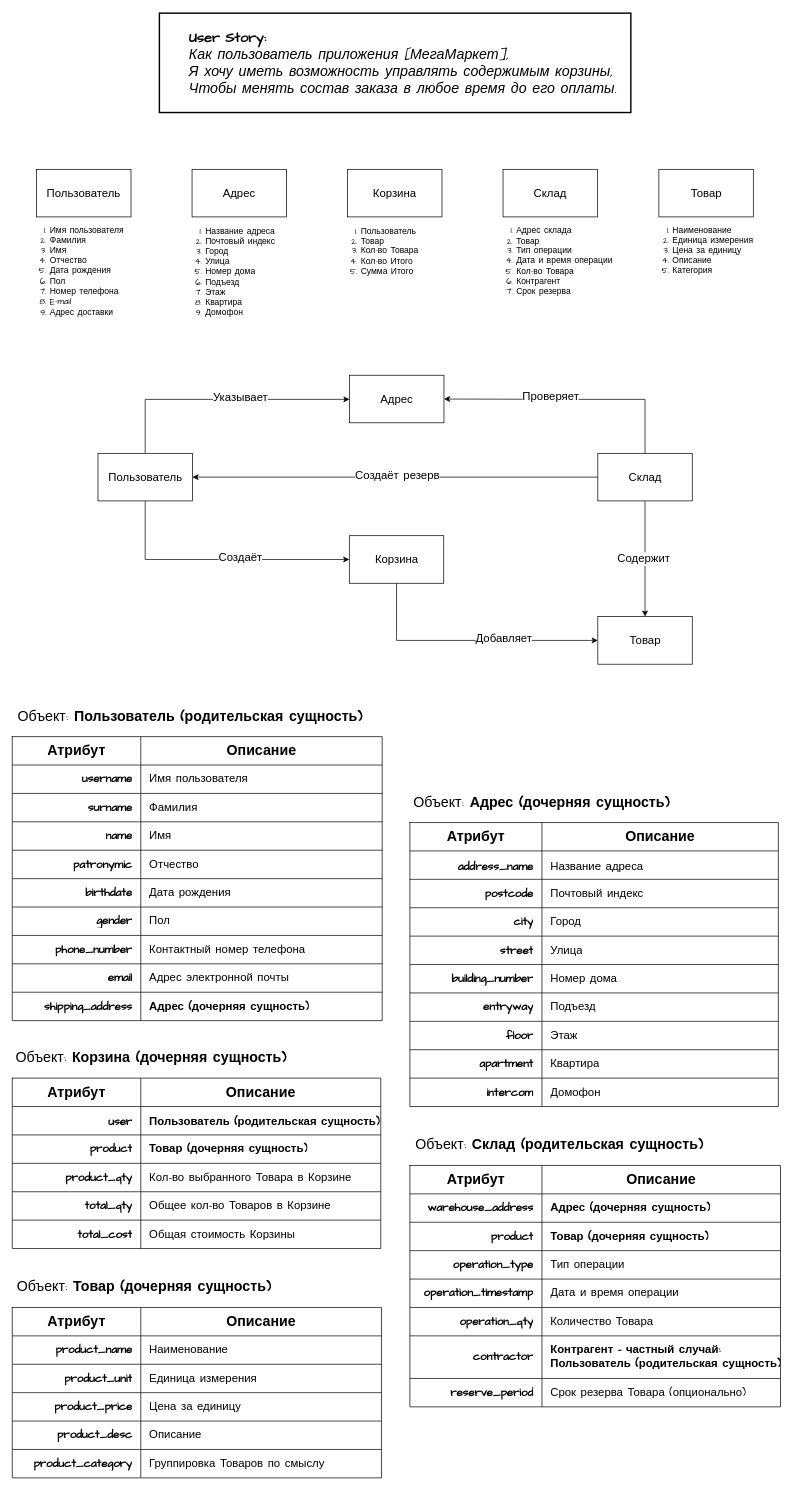
This is Ryabtsev_Alexander/Source/T06_DataModel.drawio from abdullahproff/BSA21_1, a draw.io file, before an edit. Source tidied: cells renumbered, new cells numbered last; positions are measured from the earlier drawing's top-left corner, leaving out a move shared by most shapes. Both pictures are drawn from the tidied source at 71%, with x=0, y=0 at pixel (12, 13).
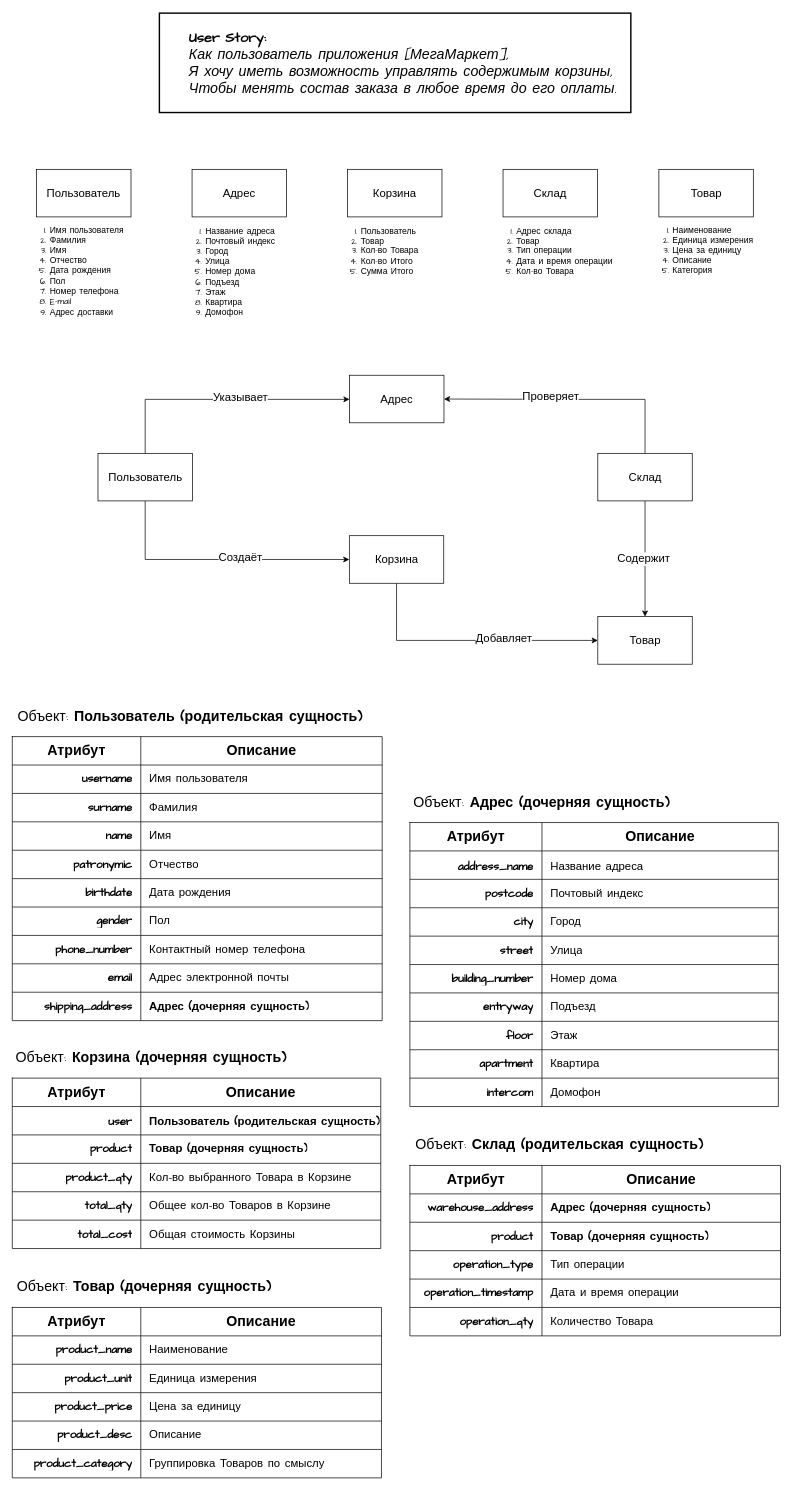
The same diagram, later.

Commit message:
This commit fixes model links

The change refers to these unchanged cells:
```xml
<mxCell id="15" value="Пользователь" style="rounded=0;whiteSpace=wrap;html=1;fontFamily=Comic Sans MS;fontSize=16;" parent="1" vertex="1">
  <mxGeometry x="120.5" y="620" width="133" height="67" as="geometry" />
</mxCell>
<mxCell id="25" value="Склад" style="rounded=0;whiteSpace=wrap;html=1;fontFamily=Comic Sans MS;fontSize=16;" parent="1" vertex="1">
  <mxGeometry x="824.5" y="620" width="133" height="67" as="geometry" />
</mxCell>
```

The edit, as a diff of the source:
```diff
@@
-    <mxCell id="9" value="&lt;ol style=&quot;font-size: 12px;&quot;&gt;&lt;li style=&quot;font-size: 12px;&quot;&gt;Адрес склада&lt;/li&gt;&lt;li style=&quot;font-size: 12px;&quot;&gt;Товар&lt;/li&gt;&lt;li style=&quot;font-size: 12px;&quot;&gt;&lt;span style=&quot;background-color: initial;&quot;&gt;Тип операции&lt;/span&gt;&lt;/li&gt;&lt;li style=&quot;font-size: 12px;&quot;&gt;&lt;span style=&quot;background-color: initial;&quot;&gt;Дата и время операции&lt;/span&gt;&lt;br&gt;&lt;/li&gt;&lt;li&gt;Кол-во Товара&lt;/li&gt;&lt;li style=&quot;font-size: 12px;&quot;&gt;&lt;span style=&quot;background-color: initial;&quot;&gt;Контрагент&lt;/span&gt;&lt;/li&gt;&lt;li style=&quot;font-size: 12px;&quot;&gt;&lt;span style=&quot;background-color: initial;&quot;&gt;Срок резерва&lt;/span&gt;&lt;br&gt;&lt;/li&gt;&lt;/ol&gt;" style="text;html=1;align=left;verticalAlign=middle;strokeColor=none;fillColor=none;fontFamily=Comic Sans MS;fontSize=12;horizontal=1;" parent="1" vertex="1">
-      <mxGeometry x="668" y="280" width="200" height="140" as="geometry" />
+    <mxCell id="9" value="&lt;ol style=&quot;font-size: 12px;&quot;&gt;&lt;li style=&quot;font-size: 12px;&quot;&gt;Адрес склада&lt;/li&gt;&lt;li style=&quot;font-size: 12px;&quot;&gt;Товар&lt;/li&gt;&lt;li style=&quot;font-size: 12px;&quot;&gt;&lt;span style=&quot;background-color: initial;&quot;&gt;Тип операции&lt;/span&gt;&lt;/li&gt;&lt;li style=&quot;font-size: 12px;&quot;&gt;&lt;span style=&quot;background-color: initial;&quot;&gt;Дата и время операции&lt;/span&gt;&lt;br&gt;&lt;/li&gt;&lt;li&gt;Кол-во Товара&lt;/li&gt;&lt;/ol&gt;" style="text;html=1;align=left;verticalAlign=middle;strokeColor=none;fillColor=none;fontFamily=Comic Sans MS;fontSize=12;horizontal=1;" parent="1" vertex="1">
+      <mxGeometry x="668" y="281" width="200" height="110" as="geometry" />
     </mxCell>
@@
-    <mxCell id="23" style="edgeStyle=orthogonalEdgeStyle;rounded=0;jettySize=auto;html=1;entryX=1;entryY=0.5;entryDx=0;entryDy=0;fontFamily=Comic Sans MS;fontSize=16;" parent="1" edge="1" source="25" target="15">
-      <mxGeometry relative="1" as="geometry" />
-    </mxCell>
-    <mxCell id="24" value="Создаёт резерв" style="edgeLabel;html=1;align=center;verticalAlign=middle;fontFamily=Comic Sans MS;fontSize=16;" parent="23" vertex="1">
-      <mxGeometry x="-0.01" relative="1" as="geometry">
-        <mxPoint y="-3" as="offset" />
-      </mxGeometry>
-    </mxCell>
@@
     <mxCell id="135" style="shape=table;startSize=0;childLayout=tableLayout;fontFamily=Comic Sans MS;fontSize=16;" parent="1" vertex="1">
-      <mxGeometry x="559.8" y="1623" width="522" height="340" as="geometry" />
+      <mxGeometry x="559.8" y="1623" width="522" height="240" as="geometry" />
     </mxCell>
@@
-    <mxCell id="154" style="shape=tableRow;horizontal=0;startSize=0;swimlaneHead=0;swimlaneBody=0;strokeColor=inherit;top=0;left=0;bottom=0;right=0;fillColor=none;fontFamily=Comic Sans MS;fontSize=16;" parent="135" vertex="1">
-      <mxGeometry y="240" width="522" height="60" as="geometry" />
-    </mxCell>
-    <mxCell id="155" value="contractor" style="shape=partialRectangle;html=1;whiteSpace=wrap;strokeColor=inherit;overflow=hidden;fillColor=none;top=0;left=0;bottom=0;right=0;fontFamily=Comic Sans MS;fontSize=16;align=right;spacingRight=10;fontStyle=1;" parent="154" vertex="1">
-      <mxGeometry width="186" height="60" as="geometry" />
-    </mxCell>
-    <mxCell id="156" value="&lt;b style=&quot;text-wrap: nowrap; text-align: center;&quot;&gt;Контрагент - частный случай:&amp;nbsp;&lt;br&gt;Пользователь (родительская сущность)&lt;/b&gt;" style="shape=partialRectangle;html=1;whiteSpace=wrap;strokeColor=inherit;overflow=hidden;fillColor=none;top=0;left=0;bottom=0;right=0;fontFamily=Comic Sans MS;fontSize=16;align=left;spacingLeft=10;horizontal=1;" parent="154" vertex="1">
-      <mxGeometry x="186" width="336" height="60" as="geometry" />
-    </mxCell>
-    <mxCell id="157" style="shape=tableRow;horizontal=0;startSize=0;swimlaneHead=0;swimlaneBody=0;strokeColor=inherit;top=0;left=0;bottom=0;right=0;fillColor=none;fontFamily=Comic Sans MS;fontSize=16;" parent="135" vertex="1">
-      <mxGeometry y="300" width="522" height="40" as="geometry" />
-    </mxCell>
-    <mxCell id="158" value="reserve_period" style="shape=partialRectangle;html=1;whiteSpace=wrap;strokeColor=inherit;overflow=hidden;fillColor=none;top=0;left=0;bottom=0;right=0;fontFamily=Comic Sans MS;fontSize=16;align=right;spacingRight=10;fontStyle=1;" parent="157" vertex="1">
-      <mxGeometry width="186" height="40" as="geometry" />
-    </mxCell>
-    <mxCell id="159" value="Срок резерва Товара (опционально)" style="shape=partialRectangle;html=1;whiteSpace=wrap;strokeColor=inherit;overflow=hidden;fillColor=none;top=0;left=0;bottom=0;right=0;fontFamily=Comic Sans MS;fontSize=16;align=left;spacingLeft=10;" parent="157" vertex="1">
-      <mxGeometry x="186" width="336" height="40" as="geometry" />
-    </mxCell>
```
